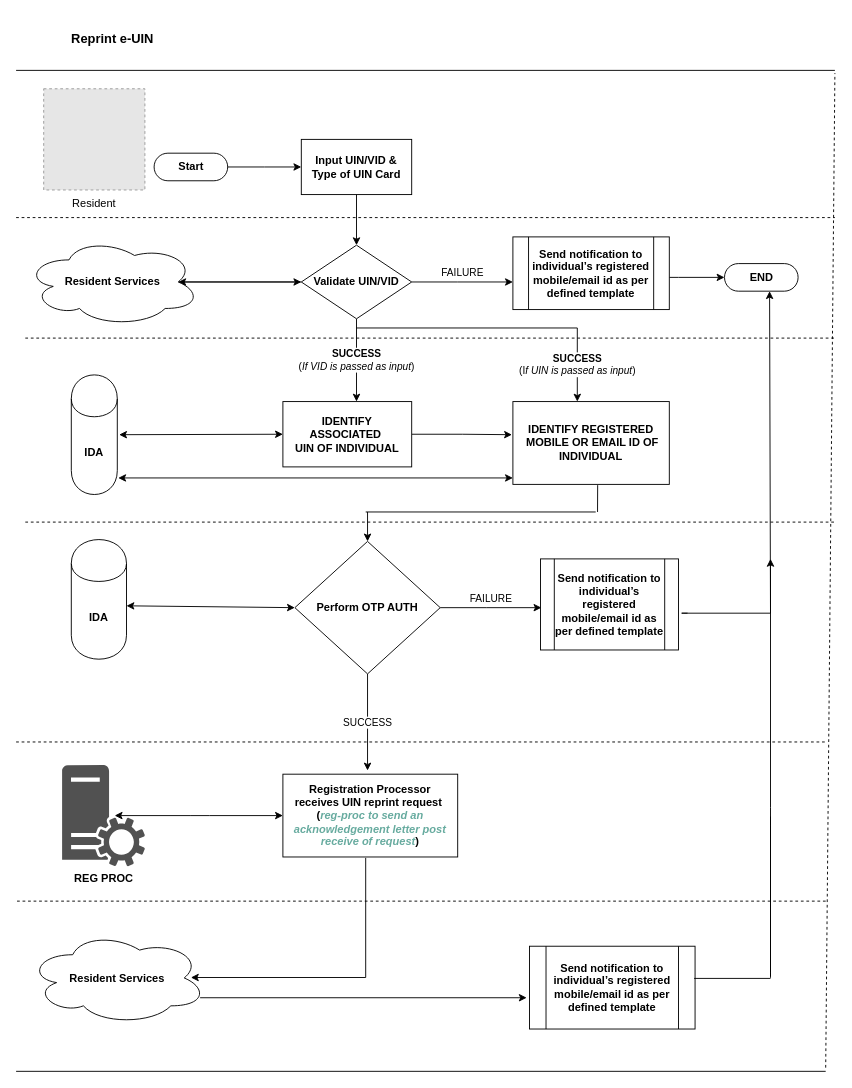
Above: page "MOS-23746" (7 of 12) of _files/requirements/final_process_flows/Resident Service.drawio in ssenmosip/mosip-temp-documentation (draw.io), before the change. Source tidied: cells renumbered, new cells numbered last; positions are measured from the earlier drawing's top-left corner, leaving out a move shared by most shapes. Both pictures are drawn from the tidied source at 92%, with x=0, y=0 at pixel (16, 16). Pictures stored in the file or linked from it are replaced by grey dashed boxes.
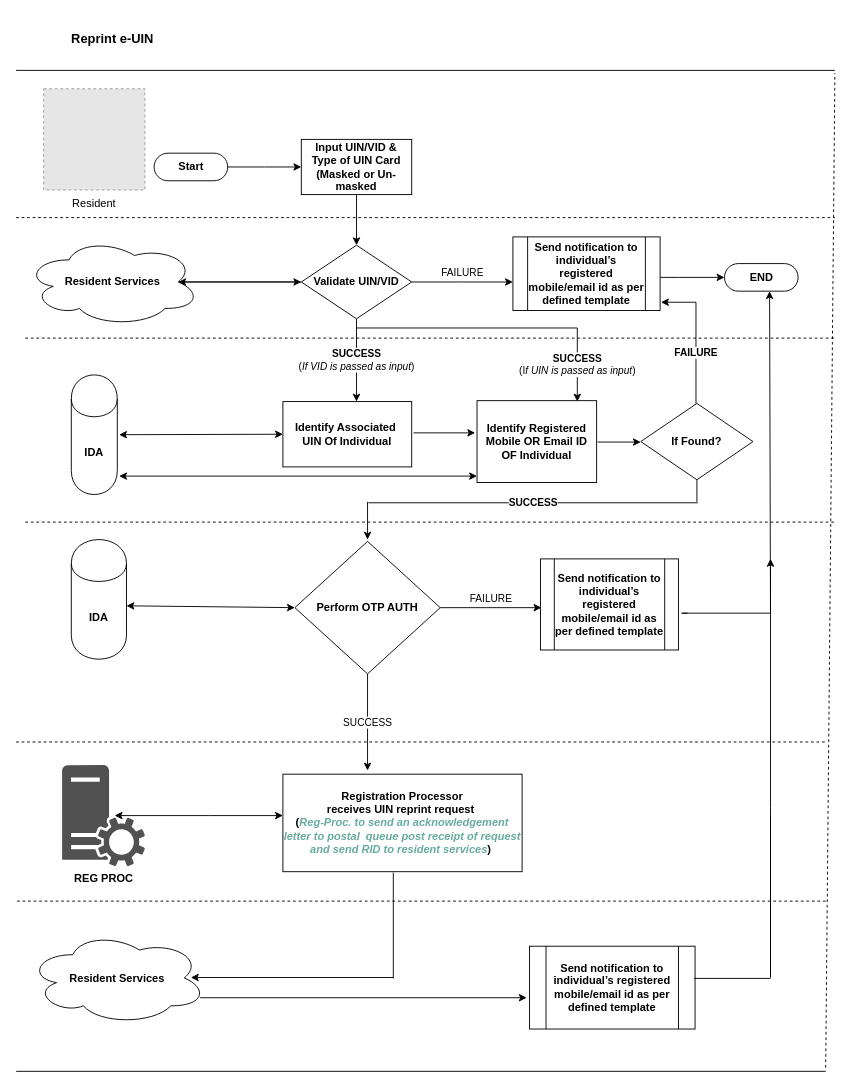
After the change.

The change refers to these unchanged cells:
```xml
<mxCell id="21" value="&lt;b&gt;Perform OTP AUTH&lt;/b&gt;" style="rhombus;whiteSpace=wrap;html=1;direction=south;" parent="1" vertex="1">
  <mxGeometry x="303" y="571" width="158" height="144" as="geometry" />
</mxCell>
```

What changed in the source:
```diff
@@
-    <mxCell id="3" value="&lt;b&gt;Registration Processor receives&lt;/b&gt;&lt;b&gt;&amp;nbsp;UIN reprint request&amp;nbsp;&lt;br&gt;(&lt;i&gt;&lt;font color=&quot;#67ab9f&quot;&gt;reg-proc to send an acknowledgement letter post receive of request&lt;/font&gt;&lt;/i&gt;)&lt;br&gt;&lt;/b&gt;" style="rounded=0;whiteSpace=wrap;html=1;" parent="1" vertex="1">
-      <mxGeometry x="290" y="824" width="190" height="90" as="geometry" />
+    <mxCell id="3" value="&lt;b&gt;Registration Processor &lt;br&gt;receives&lt;/b&gt;&lt;b&gt;&amp;nbsp;UIN reprint request&amp;nbsp;&lt;br&gt;(&lt;/b&gt;&lt;b&gt;&lt;i&gt;&lt;font color=&quot;#67ab9f&quot;&gt;R&lt;/font&gt;&lt;/i&gt;&lt;/b&gt;&lt;b&gt;&lt;i&gt;&lt;font color=&quot;#67ab9f&quot;&gt;eg-Proc. to send an acknowledgement letter to postal&amp;nbsp; queue post receipt of request and send RID to resident services&lt;/font&gt;&lt;/i&gt;)&amp;nbsp;&lt;br&gt;&lt;/b&gt;" style="rounded=0;whiteSpace=wrap;html=1;" parent="1" vertex="1">
+      <mxGeometry x="290" y="824" width="260" height="106" as="geometry" />
     </mxCell>
@@
-    <mxCell id="8" value="&lt;b&gt;Input UIN/VID &amp;amp; Type of UIN Card&lt;/b&gt;" style="rounded=0;whiteSpace=wrap;html=1;" parent="1" vertex="1">
+    <mxCell id="8" value="&lt;b&gt;Input UIN/VID &amp;amp; Type of UIN Card (Masked or Un-masked&lt;/b&gt;" style="rounded=0;whiteSpace=wrap;html=1;" parent="1" vertex="1">
       <mxGeometry x="310" y="134" width="120" height="60" as="geometry" />
     </mxCell>
@@
     <mxCell id="16" value="&lt;b style=&quot;white-space: normal&quot;&gt;Send notification to individual’s registered mobile/email id as per defined template&lt;/b&gt;" style="shape=process;whiteSpace=wrap;html=1;backgroundOutline=1;" parent="1" vertex="1">
-      <mxGeometry x="540" y="240" width="170" height="79" as="geometry" />
+      <mxGeometry x="540" y="240" width="160" height="80" as="geometry" />
     </mxCell>
@@
-    <mxCell id="18" value="&lt;b&gt;IDENTIFY&amp;nbsp;&lt;/b&gt;&lt;b&gt;REGISTERED&lt;br&gt;&lt;/b&gt;&lt;b&gt;&amp;nbsp;MOBILE OR EMAIL ID OF INDIVIDUAL&lt;/b&gt;" style="rounded=0;whiteSpace=wrap;html=1;" parent="1" vertex="1">
-      <mxGeometry x="540" y="419" width="170" height="90" as="geometry" />
-    </mxCell>
-    <mxCell id="19" style="edgeStyle=orthogonalEdgeStyle;rounded=0;jettySize=auto;html=1;entryX=-0.006;entryY=0.4;entryDx=0;entryDy=0;entryPerimeter=0;" parent="1" edge="1" source="20" target="18">
-      <mxGeometry relative="1" as="geometry" />
-    </mxCell>
-    <mxCell id="20" value="&lt;b&gt;IDENTIFY ASSOCIATED&amp;nbsp;&lt;br&gt;UIN OF INDIVIDUAL&lt;/b&gt;" style="rounded=0;whiteSpace=wrap;html=1;" parent="1" vertex="1">
+    <mxCell id="20" value="&lt;div&gt;&lt;b&gt;Identify Associated&amp;nbsp;&lt;/b&gt;&lt;/div&gt;&lt;div&gt;&lt;b&gt;UIN Of Individual&lt;/b&gt;&lt;/div&gt;" style="rounded=0;whiteSpace=wrap;html=1;" parent="1" vertex="1">
       <mxGeometry x="290" y="419" width="140" height="71" as="geometry" />
     </mxCell>
@@
-    <mxCell id="24" style="endArrow=classic;html=1;" parent="1" edge="1" target="21">
-      <mxGeometry relative="1" as="geometry">
-        <mxPoint x="382" y="539" as="sourcePoint" />
-      </mxGeometry>
-    </mxCell>
-    <mxCell id="25" style="endArrow=none;html=1;" parent="1" edge="1">
-      <mxGeometry relative="1" as="geometry">
-        <mxPoint x="380" y="539" as="sourcePoint" />
-        <mxPoint x="630" y="539" as="targetPoint" />
-      </mxGeometry>
-    </mxCell>
-    <mxCell id="26" style="endArrow=none;html=1;entryX=0.542;entryY=1.009;entryDx=0;entryDy=0;entryPerimeter=0;" parent="1" edge="1" target="18">
-      <mxGeometry relative="1" as="geometry">
-        <mxPoint x="632" y="539" as="sourcePoint" />
-      </mxGeometry>
-    </mxCell>
@@
-    <mxCell id="45" style="endArrow=classic;startArrow=classic;html=1;" parent="1" edge="1">
-      <mxGeometry relative="1" as="geometry">
-        <mxPoint x="111" y="502" as="sourcePoint" />
-        <mxPoint x="540" y="502" as="targetPoint" />
-      </mxGeometry>
-    </mxCell>
@@
     <mxCell id="50" style="endArrow=none;html=1;" parent="1" edge="1">
       <mxGeometry relative="1" as="geometry">
-        <mxPoint x="380" y="1045" as="sourcePoint" />
-        <mxPoint x="380" y="915" as="targetPoint" />
+        <mxPoint x="410" y="1046" as="sourcePoint" />
+        <mxPoint x="410" y="931" as="targetPoint" />
       </mxGeometry>
     </mxCell>
     <mxCell id="51" style="endArrow=classic;html=1;" parent="1" edge="1">
       <mxGeometry relative="1" as="geometry">
-        <mxPoint x="380" y="1045" as="sourcePoint" />
+        <mxPoint x="410" y="1045" as="sourcePoint" />
         <mxPoint x="190" y="1045" as="targetPoint" />
       </mxGeometry>
     </mxCell>
@@
+    <mxCell id="55" style="endArrow=classic;startArrow=classic;html=1;" parent="1" edge="1">
+      <mxGeometry relative="1" as="geometry">
+        <mxPoint x="112" y="500" as="sourcePoint" />
+        <mxPoint x="501" y="500" as="targetPoint" />
+      </mxGeometry>
+    </mxCell>
+    <mxCell id="56" style="edgeStyle=orthogonalEdgeStyle;rounded=0;orthogonalLoop=1;jettySize=auto;html=1;" parent="1" edge="1">
+      <mxGeometry relative="1" as="geometry">
+        <mxPoint x="432" y="453" as="sourcePoint" />
+        <mxPoint x="499" y="453" as="targetPoint" />
+      </mxGeometry>
+    </mxCell>
+    <mxCell id="57" value="&lt;b&gt;Identify Registered Mobile OR Email ID OF Individual&lt;/b&gt;" style="rounded=0;whiteSpace=wrap;html=1;" parent="1" vertex="1">
+      <mxGeometry x="501" y="418" width="130" height="89" as="geometry" />
+    </mxCell>
+    <mxCell id="58" style="endArrow=classic;html=1;entryX=0;entryY=0.5;entryDx=0;entryDy=0;" parent="1" edge="1">
+      <mxGeometry relative="1" as="geometry">
+        <mxPoint x="382" y="528" as="sourcePoint" />
+        <mxPoint x="382" y="569" as="targetPoint" />
+      </mxGeometry>
+    </mxCell>
+    <mxCell id="59" value="&lt;b&gt;SUCCESS&lt;/b&gt;" style="endArrow=none;html=1;" parent="1" edge="1">
+      <mxGeometry relative="1" as="geometry">
+        <mxPoint x="383" y="529" as="sourcePoint" />
+        <mxPoint x="741" y="529" as="targetPoint" />
+      </mxGeometry>
+    </mxCell>
+    <mxCell id="60" style="edgeStyle=orthogonalEdgeStyle;rounded=0;orthogonalLoop=1;jettySize=auto;html=1;" parent="1" edge="1">
+      <mxGeometry relative="1" as="geometry">
+        <mxPoint x="632" y="463" as="sourcePoint" />
+        <mxPoint x="679" y="463" as="targetPoint" />
+      </mxGeometry>
+    </mxCell>
+    <mxCell id="61" value="&lt;b&gt;If Found?&lt;/b&gt;" style="rhombus;whiteSpace=wrap;html=1;" parent="1" vertex="1">
+      <mxGeometry x="679" y="421" width="122" height="83" as="geometry" />
+    </mxCell>
+    <mxCell id="62" value="&lt;b&gt;FAILURE&lt;/b&gt;" style="endArrow=none;html=1;" parent="1" edge="1">
+      <mxGeometry relative="1" as="geometry">
+        <mxPoint x="739" y="421" as="sourcePoint" />
+        <mxPoint x="739" y="311" as="targetPoint" />
+      </mxGeometry>
+    </mxCell>
+    <mxCell id="63" style="endArrow=classic;html=1;entryX=1.015;entryY=0.854;entryDx=0;entryDy=0;entryPerimeter=0;" parent="1" edge="1">
+      <mxGeometry relative="1" as="geometry">
+        <mxPoint x="739" y="311" as="sourcePoint" />
+        <mxPoint x="701" y="311" as="targetPoint" />
+      </mxGeometry>
+    </mxCell>
+    <mxCell id="64" style="endArrow=none;html=1;entryX=0.5;entryY=1;entryDx=0;entryDy=0;" parent="1" edge="1" target="61">
+      <mxGeometry relative="1" as="geometry">
+        <mxPoint x="740" y="528" as="sourcePoint" />
+      </mxGeometry>
+    </mxCell>
```
